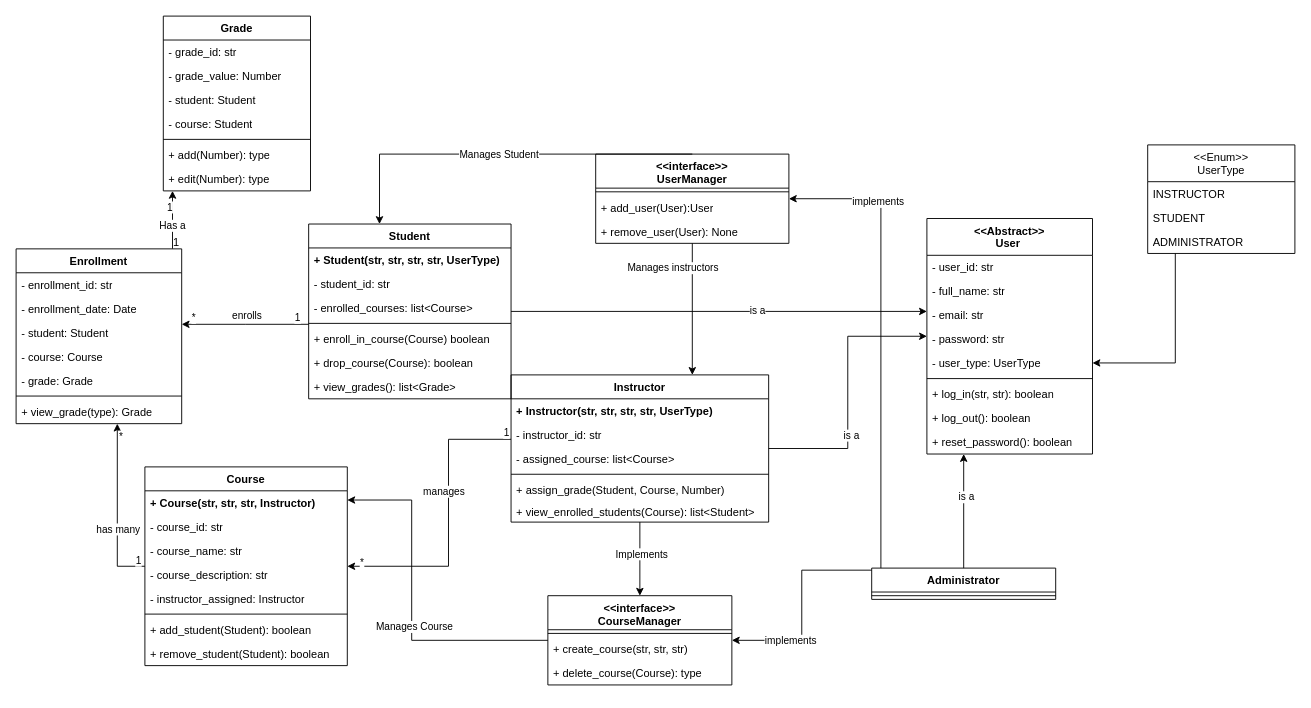
Earlier version of the draw.io diagram page "Class Diagram" (2 of 2) of diagrams_scms.drawio (ifeanyicyriacus/student_course_management_system). Source tidied: cells renumbered, new cells numbered last; positions are measured from the earlier drawing's top-left corner, leaving out a move shared by most shapes. Both pictures are drawn from the tidied source at 92%, with x=0, y=0 at pixel (16, 16).
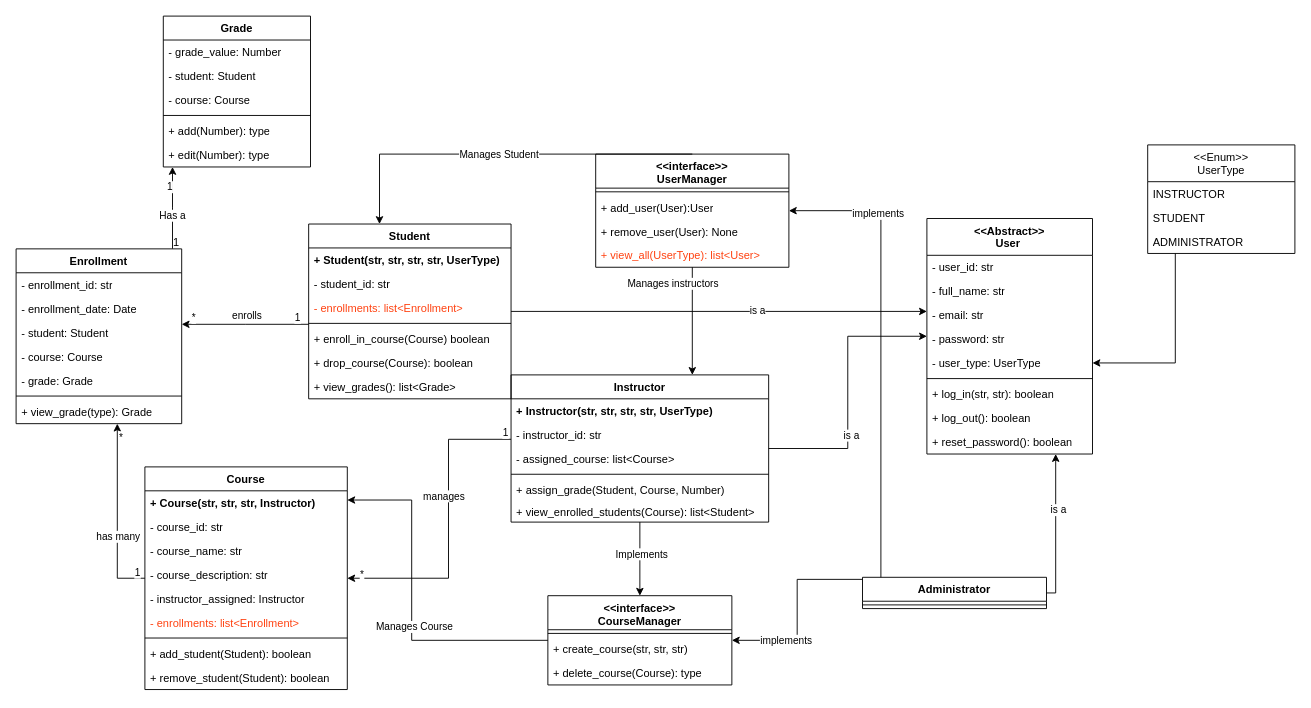
The same diagram, later.

Unchanged cells that the change refers to:
```xml
<mxCell id="42" value="Student" style="swimlane;fontStyle=1;align=center;verticalAlign=top;horizontal=1;startSize=26;whiteSpace=wrap;html=1;" parent="1" vertex="1">
  <mxGeometry x="318" y="226" width="220" height="190" as="geometry" />
</mxCell>
```

What changed in the source:
```diff
@@
     <mxCell id="23" value="Administrator" style="swimlane;fontStyle=1;align=center;verticalAlign=top;horizontal=1;startSize=26;whiteSpace=wrap;html=1;" parent="1" vertex="1">
-      <mxGeometry x="930" y="600" width="200" height="34" as="geometry" />
+      <mxGeometry x="920" y="610" width="200" height="34" as="geometry" />
     </mxCell>
@@
     <mxCell id="29" value="Course" style="swimlane;fontStyle=1;align=center;verticalAlign=top;horizontal=1;startSize=26;whiteSpace=wrap;html=1;" parent="1" vertex="1">
-      <mxGeometry x="140" y="490" width="220" height="216" as="geometry" />
+      <mxGeometry x="140" y="490" width="220" height="242" as="geometry" />
     </mxCell>
@@
+    <mxCell id="101" value="&lt;font style=&quot;color: rgb(255, 66, 17);&quot;&gt;- enrollments: list&amp;lt;Enrollment&amp;gt;&lt;/font&gt;" style="text;strokeColor=none;fillColor=none;align=left;verticalAlign=top;spacingLeft=4;spacingRight=4;overflow=hidden;whiteSpace=wrap;html=1;" parent="29" vertex="1">
+      <mxGeometry y="156" width="220" height="26" as="geometry" />
+    </mxCell>
     <mxCell id="35" style="line;strokeWidth=1;fillColor=none;align=left;verticalAlign=middle;spacingTop=-1;spacingLeft=3;spacingRight=3;labelPosition=right;strokeColor=inherit;" parent="29" vertex="1">
-      <mxGeometry y="156" width="220" height="8" as="geometry" />
+      <mxGeometry y="182" width="220" height="8" as="geometry" />
     </mxCell>
     <mxCell id="36" value="+ add_student(Student): boolean" style="text;strokeColor=none;fillColor=none;align=left;verticalAlign=top;spacingLeft=4;spacingRight=4;overflow=hidden;whiteSpace=wrap;html=1;" parent="29" vertex="1">
-      <mxGeometry y="164" width="220" height="26" as="geometry" />
+      <mxGeometry y="190" width="220" height="26" as="geometry" />
     </mxCell>
     <mxCell id="37" value="+ remove_student(Student): boolean" style="text;strokeColor=none;fillColor=none;align=left;verticalAlign=top;spacingLeft=4;spacingRight=4;overflow=hidden;whiteSpace=wrap;html=1;" parent="29" vertex="1">
-      <mxGeometry y="190" width="220" height="26" as="geometry" />
+      <mxGeometry y="216" width="220" height="26" as="geometry" />
     </mxCell>
@@
-    <mxCell id="45" value="- enrolled_courses: list&amp;lt;Course&amp;gt;" style="text;strokeColor=none;fillColor=none;align=left;verticalAlign=top;spacingLeft=4;spacingRight=4;overflow=hidden;whiteSpace=wrap;html=1;" parent="42" vertex="1">
+    <mxCell id="45" value="&lt;font style=&quot;color: rgb(255, 66, 17);&quot;&gt;- enrollments: list&amp;lt;Enrollment&amp;gt;&lt;/font&gt;" style="text;strokeColor=none;fillColor=none;align=left;verticalAlign=top;spacingLeft=4;spacingRight=4;overflow=hidden;whiteSpace=wrap;html=1;" parent="42" vertex="1">
       <mxGeometry y="78" width="220" height="26" as="geometry" />
     </mxCell>
@@
     <mxCell id="50" value="Grade" style="swimlane;fontStyle=1;align=center;verticalAlign=top;horizontal=1;startSize=26;whiteSpace=wrap;html=1;" parent="1" vertex="1">
-      <mxGeometry x="160" width="160" height="190" as="geometry" />
+      <mxGeometry x="160" width="160" height="164" as="geometry" />
     </mxCell>
-    <mxCell id="51" value="- grade_id: str" style="text;strokeColor=none;fillColor=none;align=left;verticalAlign=top;spacingLeft=4;spacingRight=4;overflow=hidden;whiteSpace=wrap;html=1;" parent="50" vertex="1">
-      <mxGeometry y="26" width="160" height="26" as="geometry" />
-    </mxCell>
     <mxCell id="52" value="- grade_value: Number" style="text;strokeColor=none;fillColor=none;align=left;verticalAlign=top;spacingLeft=4;spacingRight=4;overflow=hidden;whiteSpace=wrap;html=1;" parent="50" vertex="1">
-      <mxGeometry y="52" width="160" height="26" as="geometry" />
+      <mxGeometry y="26" width="160" height="26" as="geometry" />
     </mxCell>
     <mxCell id="53" value="- student: Student" style="text;strokeColor=none;fillColor=none;align=left;verticalAlign=top;spacingLeft=4;spacingRight=4;overflow=hidden;whiteSpace=wrap;html=1;" parent="50" vertex="1">
-      <mxGeometry y="78" width="160" height="26" as="geometry" />
+      <mxGeometry y="52" width="160" height="26" as="geometry" />
     </mxCell>
-    <mxCell id="54" value="- course: Student" style="text;strokeColor=none;fillColor=none;align=left;verticalAlign=top;spacingLeft=4;spacingRight=4;overflow=hidden;whiteSpace=wrap;html=1;" parent="50" vertex="1">
-      <mxGeometry y="104" width="160" height="26" as="geometry" />
+    <mxCell id="54" value="- course: Course" style="text;strokeColor=none;fillColor=none;align=left;verticalAlign=top;spacingLeft=4;spacingRight=4;overflow=hidden;whiteSpace=wrap;html=1;" parent="50" vertex="1">
+      <mxGeometry y="78" width="160" height="26" as="geometry" />
     </mxCell>
     <mxCell id="55" style="line;strokeWidth=1;fillColor=none;align=left;verticalAlign=middle;spacingTop=-1;spacingLeft=3;spacingRight=3;labelPosition=right;strokeColor=inherit;" parent="50" vertex="1">
-      <mxGeometry y="130" width="160" height="8" as="geometry" />
+      <mxGeometry y="104" width="160" height="8" as="geometry" />
     </mxCell>
     <mxCell id="56" value="+ add(Number): type" style="text;strokeColor=none;fillColor=none;align=left;verticalAlign=top;spacingLeft=4;spacingRight=4;overflow=hidden;whiteSpace=wrap;html=1;" parent="50" vertex="1">
-      <mxGeometry y="138" width="160" height="26" as="geometry" />
+      <mxGeometry y="112" width="160" height="26" as="geometry" />
     </mxCell>
     <mxCell id="57" value="+ edit(Number): type" style="text;strokeColor=none;fillColor=none;align=left;verticalAlign=top;spacingLeft=4;spacingRight=4;overflow=hidden;whiteSpace=wrap;html=1;" parent="50" vertex="1">
-      <mxGeometry y="164" width="160" height="26" as="geometry" />
+      <mxGeometry y="138" width="160" height="26" as="geometry" />
     </mxCell>
@@
     <mxCell id="85" value="&amp;lt;&amp;lt;interface&amp;gt;&amp;gt;&lt;div&gt;UserManager&lt;/div&gt;" style="swimlane;fontStyle=1;align=center;verticalAlign=top;horizontal=1;startSize=37;whiteSpace=wrap;html=1;" parent="1" vertex="1">
-      <mxGeometry x="630" y="150" width="210" height="97" as="geometry" />
+      <mxGeometry x="630" y="150" width="210" height="123" as="geometry" />
     </mxCell>
@@
+    <mxCell id="102" value="&lt;font style=&quot;color: rgb(255, 66, 17);&quot;&gt;+ view_all(UserType): list&amp;lt;User&amp;gt;&lt;/font&gt;" style="text;strokeColor=none;fillColor=none;align=left;verticalAlign=top;spacingLeft=4;spacingRight=4;overflow=hidden;whiteSpace=wrap;html=1;" parent="85" vertex="1">
+      <mxGeometry y="97" width="210" height="26" as="geometry" />
+    </mxCell>
```
